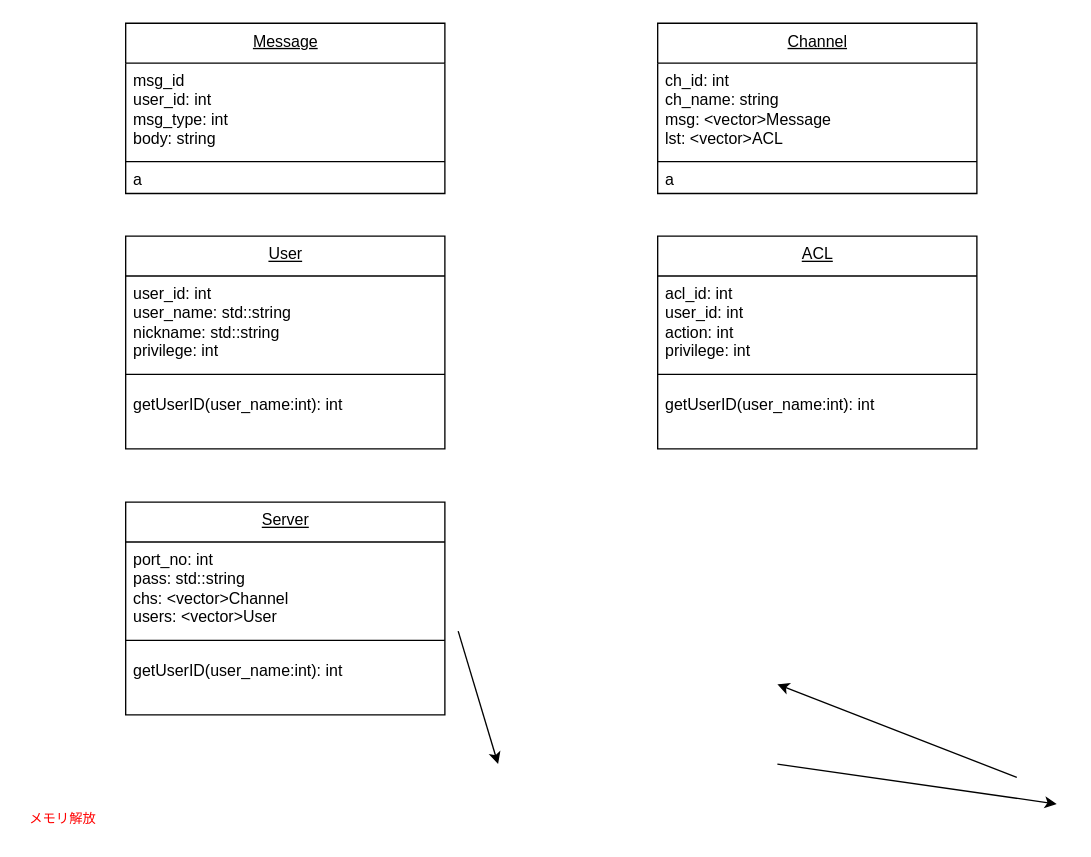
The draw.io diagram page "Class" (5 of 5) of design/irc_design.drawio in yunixuma/myIRC, before the edit. Source tidied: cells renumbered, new cells numbered last; positions are measured from the earlier drawing's top-left corner, leaving out a move shared by most shapes. Both pictures are drawn from the tidied source at 133%, with x=0, y=0 at pixel (23, 23).
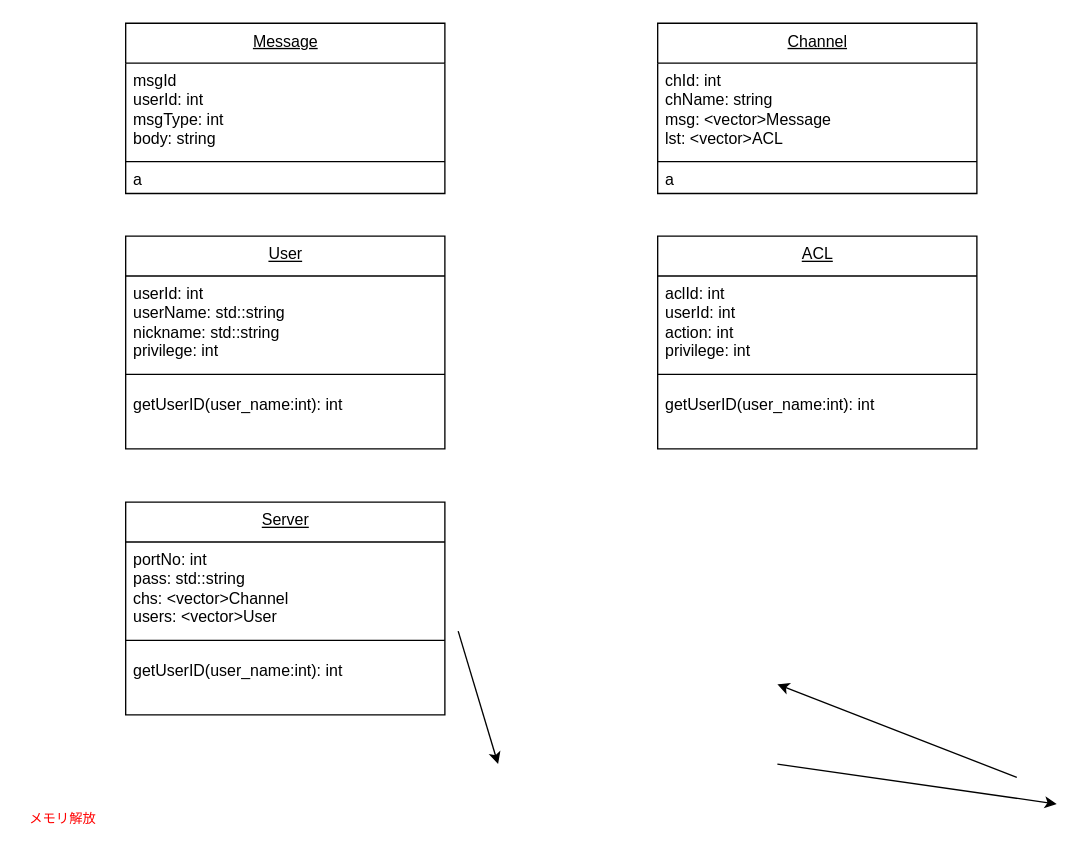
The same page after the edit.

The change refers to these unchanged cells:
```xml
<mxCell id="6" value="Channel" style="swimlane;fontStyle=4;align=center;verticalAlign=top;horizontal=1;startSize=30;html=1;" parent="1" vertex="1">
  <mxGeometry x="477" width="240" height="128" as="geometry" />
</mxCell>
<mxCell id="10" value="Message" style="swimlane;fontStyle=4;align=center;verticalAlign=top;horizontal=1;startSize=30;html=1;" parent="1" vertex="1">
  <mxGeometry x="77" width="240" height="128" as="geometry" />
</mxCell>
<mxCell id="14" value="User" style="swimlane;fontStyle=4;align=center;verticalAlign=top;horizontal=1;startSize=30;html=1;" parent="1" vertex="1">
  <mxGeometry x="77" y="160" width="240" height="160" as="geometry" />
</mxCell>
<mxCell id="18" value="ACL" style="swimlane;fontStyle=4;align=center;verticalAlign=top;horizontal=1;startSize=30;html=1;" parent="1" vertex="1">
  <mxGeometry x="477" y="160" width="240" height="160" as="geometry" />
</mxCell>
<mxCell id="22" value="Server" style="swimlane;fontStyle=4;align=center;verticalAlign=top;horizontal=1;startSize=30;html=1;" parent="1" vertex="1">
  <mxGeometry x="77" y="360" width="240" height="160" as="geometry" />
</mxCell>
```

Change to the diagram source:
```diff
@@
-    <mxCell id="7" value="ch_id: int&lt;br&gt;ch_name: string&lt;br&gt;msg: &amp;lt;vector&amp;gt;Message&lt;br&gt;lst: &amp;lt;vector&amp;gt;ACL" style="html=1;strokeColor=none;fillColor=none;align=left;verticalAlign=middle;spacingLeft=4;spacingRight=4;" parent="6" vertex="1">
+    <mxCell id="7" value="chId: int&lt;br&gt;chName: string&lt;br&gt;msg: &amp;lt;vector&amp;gt;Message&lt;br&gt;lst: &amp;lt;vector&amp;gt;ACL" style="html=1;strokeColor=none;fillColor=none;align=left;verticalAlign=middle;spacingLeft=4;spacingRight=4;" parent="6" vertex="1">
       <mxGeometry y="30" width="240" height="70" as="geometry" />
     </mxCell>
@@
-    <mxCell id="11" value="msg_id&lt;br&gt;user_id: int&lt;br&gt;msg_type: int&lt;br&gt;body: string" style="html=1;strokeColor=none;fillColor=none;align=left;verticalAlign=middle;spacingLeft=4;spacingRight=4;" parent="10" vertex="1">
+    <mxCell id="11" value="msgId&lt;br&gt;userId: int&lt;br&gt;msgType: int&lt;br&gt;body: string" style="html=1;strokeColor=none;fillColor=none;align=left;verticalAlign=middle;spacingLeft=4;spacingRight=4;" parent="10" vertex="1">
       <mxGeometry y="30" width="240" height="70" as="geometry" />
     </mxCell>
@@
-    <mxCell id="15" value="user_id: int&lt;br&gt;user_name: std::string&lt;br&gt;nickname: std::string&lt;br&gt;privilege: int" style="html=1;strokeColor=none;fillColor=none;align=left;verticalAlign=middle;spacingLeft=4;spacingRight=4;" parent="14" vertex="1">
+    <mxCell id="15" value="userId: int&lt;br&gt;userName: std::string&lt;br&gt;nickname: std::string&lt;br&gt;privilege: int" style="html=1;strokeColor=none;fillColor=none;align=left;verticalAlign=middle;spacingLeft=4;spacingRight=4;" parent="14" vertex="1">
       <mxGeometry y="30" width="240" height="70" as="geometry" />
     </mxCell>
@@
-    <mxCell id="19" value="acl_id: int&lt;br&gt;user_id: int&lt;br&gt;action: int&lt;br&gt;privilege: int" style="html=1;strokeColor=none;fillColor=none;align=left;verticalAlign=middle;spacingLeft=4;spacingRight=4;" parent="18" vertex="1">
+    <mxCell id="19" value="aclId: int&lt;br&gt;userId: int&lt;br&gt;action: int&lt;br&gt;privilege: int" style="html=1;strokeColor=none;fillColor=none;align=left;verticalAlign=middle;spacingLeft=4;spacingRight=4;" parent="18" vertex="1">
       <mxGeometry y="30" width="240" height="70" as="geometry" />
     </mxCell>
@@
-    <mxCell id="23" value="port_no: int&lt;br&gt;pass: std::string&lt;br&gt;chs: &amp;lt;vector&amp;gt;Channel&lt;br&gt;users: &amp;lt;vector&amp;gt;User" style="html=1;strokeColor=none;fillColor=none;align=left;verticalAlign=middle;spacingLeft=4;spacingRight=4;" parent="22" vertex="1">
+    <mxCell id="23" value="portNo: int&lt;br&gt;pass: std::string&lt;br&gt;chs: &amp;lt;vector&amp;gt;Channel&lt;br&gt;users: &amp;lt;vector&amp;gt;User" style="html=1;strokeColor=none;fillColor=none;align=left;verticalAlign=middle;spacingLeft=4;spacingRight=4;" parent="22" vertex="1">
       <mxGeometry y="30" width="240" height="70" as="geometry" />
     </mxCell>
```
